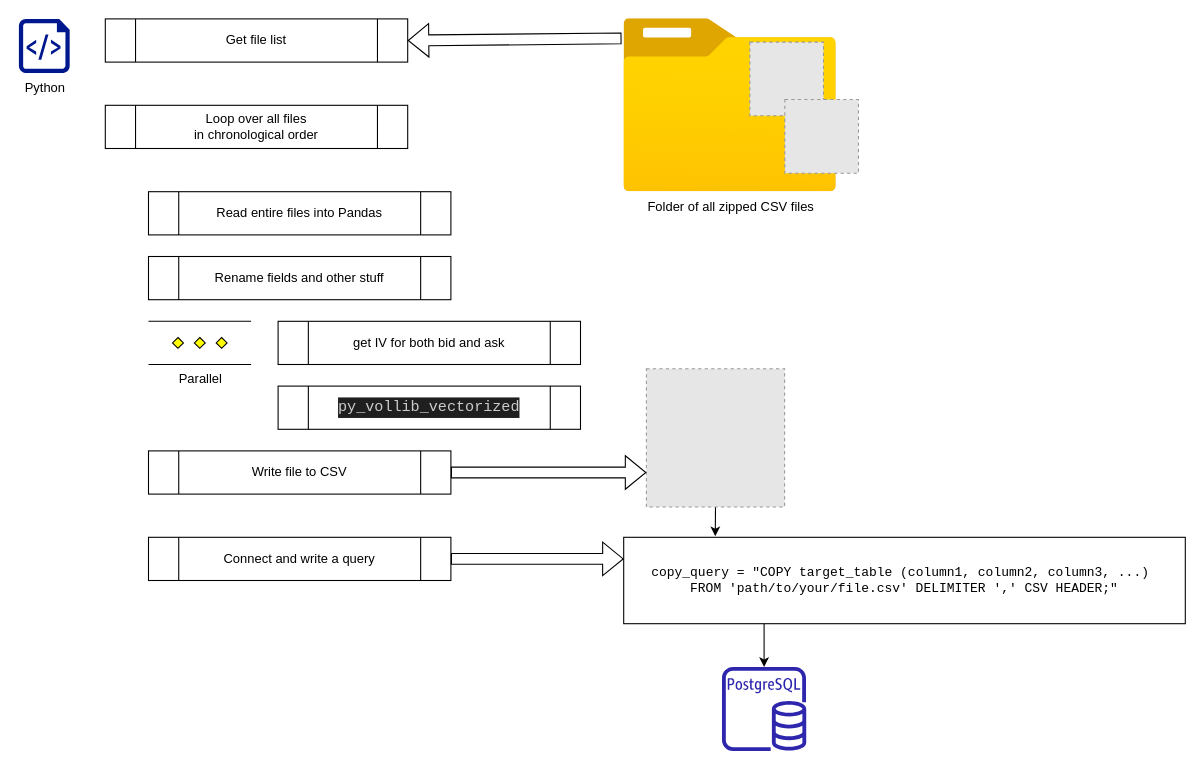
Earlier version of the draw.io diagram overall_loading_flowchart.drawio (IDontReallyCode/cboe_data_load). Source tidied: cells renumbered, new cells numbered last; positions are measured from the earlier drawing's top-left corner, leaving out a move shared by most shapes. Both pictures are drawn from the tidied source at 108%, with x=0, y=0 at pixel (18, 18). Pictures stored in the file or linked from it are replaced by grey dashed boxes.
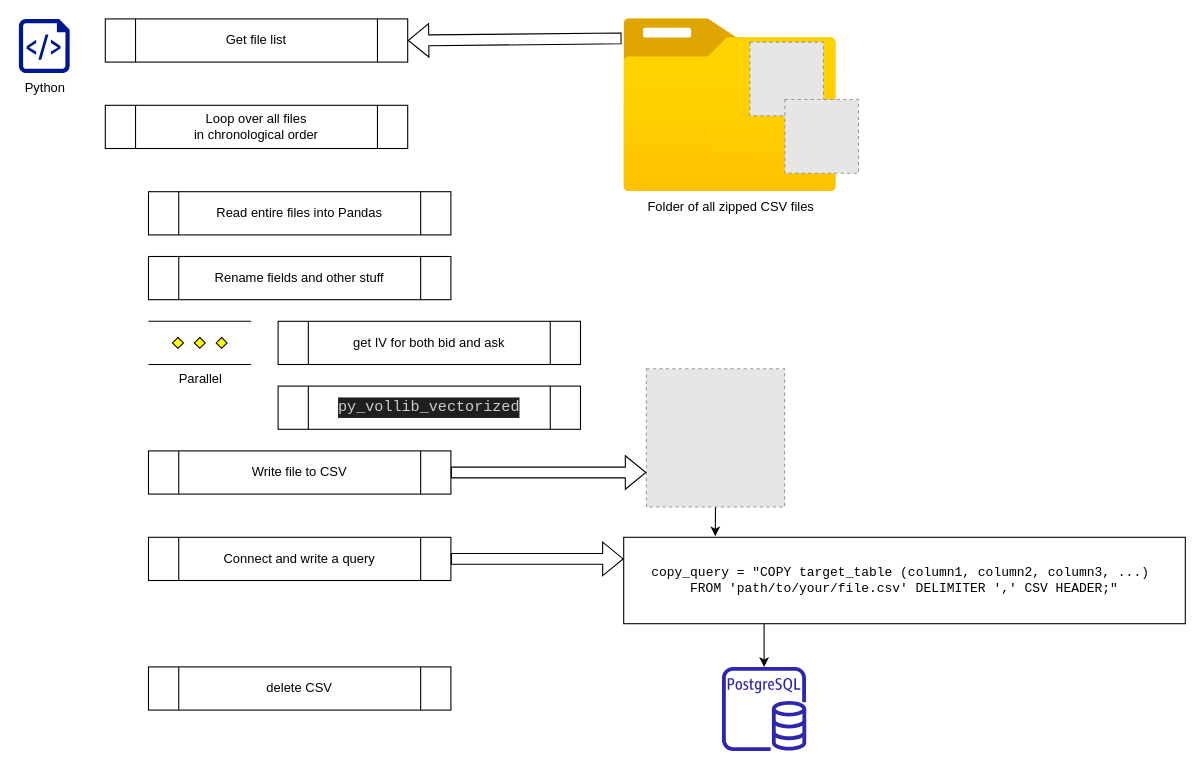
The same diagram, later.

What changed in the source:
```diff
@@
+    <mxCell id="24" value="delete CSV" style="shape=process;whiteSpace=wrap;html=1;backgroundOutline=1;" parent="1" vertex="1">
+      <mxGeometry x="120" y="600" width="280" height="40" as="geometry" />
+    </mxCell>
```
